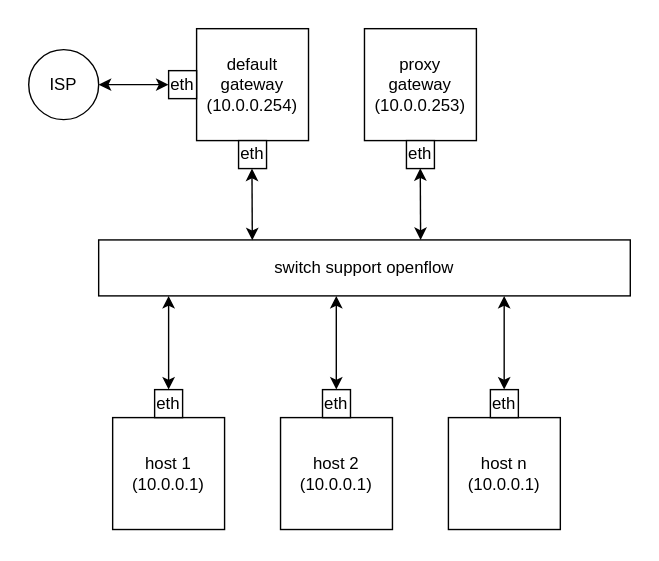
Earlier version of the draw.io export doc/network_arch.svg (c1emon/barbatos). Source tidied: cells renumbered, new cells last; positions are measured from the earlier drawing's top-left corner, leaving out a move shared by most shapes.
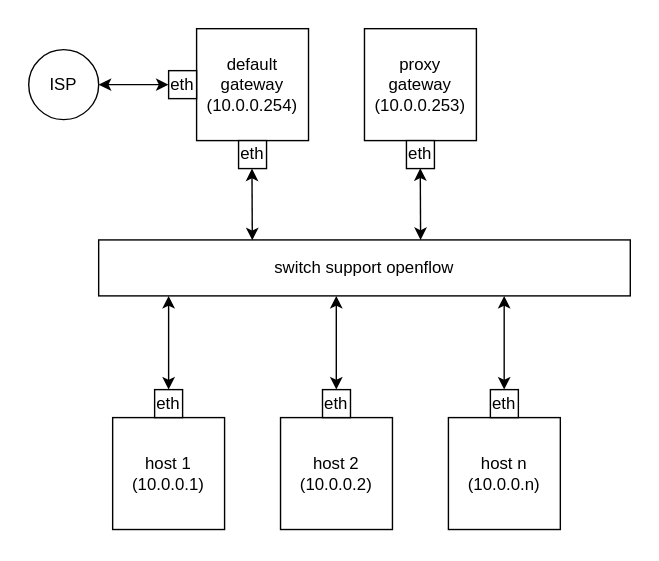
After the change.

Diff of the diagram source:
```diff
@@ -17,10 +17,10 @@
     <mxCell id="6" value="host 1&lt;br&gt;(10.0.0.1)" style="whiteSpace=wrap;html=1;" parent="1" vertex="1">
       <mxGeometry x="80" y="298" width="80" height="80" as="geometry" />
     </mxCell>
-    <mxCell id="7" value="host 2&lt;br&gt;(10.0.0.1)" style="whiteSpace=wrap;html=1;" parent="1" vertex="1">
+    <mxCell id="7" value="host 2&lt;br&gt;(10.0.0.2)" style="whiteSpace=wrap;html=1;" parent="1" vertex="1">
       <mxGeometry x="200" y="298" width="80" height="80" as="geometry" />
     </mxCell>
-    <mxCell id="8" value="host n&lt;br&gt;(10.0.0.1)" style="whiteSpace=wrap;html=1;" parent="1" vertex="1">
+    <mxCell id="8" value="host n&lt;br&gt;(10.0.0.n)" style="whiteSpace=wrap;html=1;" parent="1" vertex="1">
       <mxGeometry x="320" y="298" width="80" height="80" as="geometry" />
     </mxCell>
     <mxCell id="9" value="eth" style="rounded=0;whiteSpace=wrap;html=1;" parent="1" vertex="1">
```
